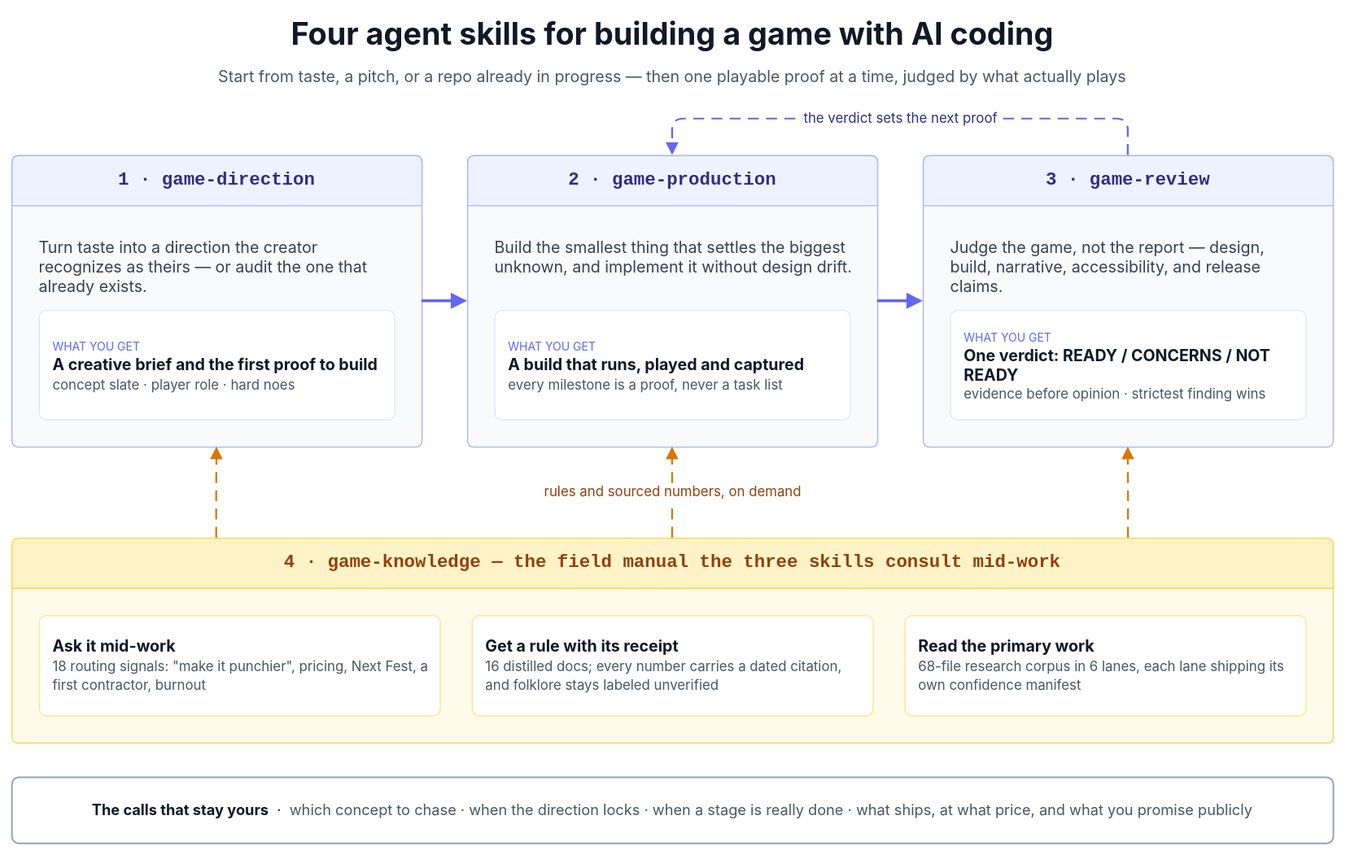
Before: docs/assets/readme-skill-map.drawio.svg, a diagram exported from draw.io (gigio1023/game-studio). Source tidied: cells renumbered, new cells last; positions are measured from the earlier drawing's top-left corner, leaving out a move shared by most shapes.
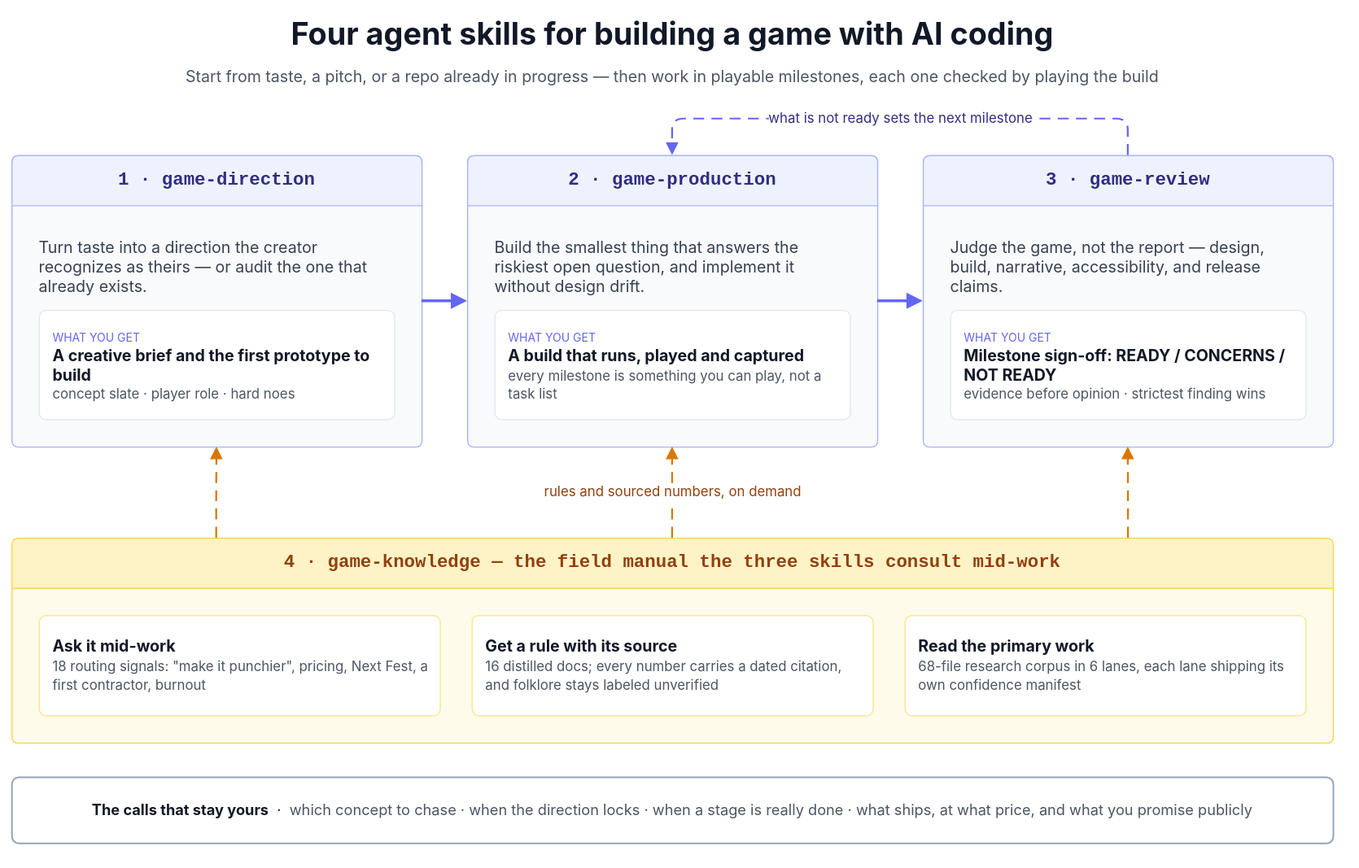
The same file after the commit.

Commit message:
Use the trade's words in the hero diagram

Change to the diagram source:
```diff
@@ -5,7 +5,7 @@
     <mxCell id="2" value="Four agent skills for building a game with AI coding" style="text;fontFamily=Inter,SF Pro Display,-apple-system,system-ui,Segoe UI,Roboto;strokeColor=none;fillColor=none;align=center;verticalAlign=middle;whiteSpace=wrap;fontSize=27;fontStyle=1;fontColor=#111827;spacing=0;html=1;" parent="1" vertex="1">
       <mxGeometry width="1160" height="40" as="geometry" />
     </mxCell>
-    <mxCell id="3" value="Start from taste, a pitch, or a repo already in progress — then one playable proof at a time, judged by what actually plays" style="text;fontFamily=Inter,SF Pro Display,-apple-system,system-ui,Segoe UI,Roboto;strokeColor=none;fillColor=none;align=center;verticalAlign=middle;whiteSpace=wrap;fontSize=14;fontColor=#4B5563;spacing=0;html=1;" parent="1" vertex="1">
+    <mxCell id="3" value="Start from taste, a pitch, or a repo already in progress — then work in playable milestones, each one checked by playing the build" style="text;fontFamily=Inter,SF Pro Display,-apple-system,system-ui,Segoe UI,Roboto;strokeColor=none;fillColor=none;align=center;verticalAlign=middle;whiteSpace=wrap;fontSize=14;fontColor=#4B5563;spacing=0;html=1;" parent="1" vertex="1">
       <mxGeometry x="40" y="46" width="1080" height="22" as="geometry" />
     </mxCell>
     <mxCell id="4" value="1 · game-direction" style="swimlane;startSize=44;rounded=1;absoluteArcSize=1;arcSize=12;whiteSpace=wrap;fontFamily=SF Mono,Menlo,Consolas,monospace;fontSize=16;fontStyle=1;fontColor=#312E81;fillColor=#EEF2FF;swimlaneFillColor=#F8FAFC;strokeColor=#A5B4FC;spacing=10;html=1;" parent="1" vertex="1">
@@ -14,16 +14,16 @@
     <mxCell id="5" value="Turn taste into a direction the creator recognizes as theirs — or audit the one that already exists." style="text;whiteSpace=wrap;fontFamily=Inter,SF Pro Display,-apple-system,system-ui,Segoe UI,Roboto;fontSize=14;fontColor=#374151;strokeColor=none;fillColor=none;align=left;verticalAlign=top;spacing=0;html=1;" parent="4" vertex="1">
       <mxGeometry x="24" y="68" width="312" height="56" as="geometry" />
     </mxCell>
-    <mxCell id="6" value="&lt;font style=&quot;font-size:10px;color:#6366F1;&quot;&gt;WHAT YOU GET&lt;/font&gt;&lt;br&gt;&lt;b&gt;A creative brief and the first proof to build&lt;/b&gt;&lt;br&gt;&lt;font style=&quot;font-size:12px;color:#4B5563;&quot;&gt;concept slate · player role · hard noes&lt;/font&gt;" style="rounded=1;absoluteArcSize=1;arcSize=12;whiteSpace=wrap;fontFamily=Inter,SF Pro Display,-apple-system,system-ui,Segoe UI,Roboto;spacing=12;fillColor=#FFFFFF;strokeColor=#E2E8F0;fontColor=#111827;fontSize=14;align=left;verticalAlign=middle;html=1;" parent="4" vertex="1">
+    <mxCell id="6" value="&lt;font style=&quot;font-size:10px;color:#6366F1;&quot;&gt;WHAT YOU GET&lt;/font&gt;&lt;br&gt;&lt;b&gt;A creative brief and the first prototype to build&lt;/b&gt;&lt;br&gt;&lt;font style=&quot;font-size:12px;color:#4B5563;&quot;&gt;concept slate · player role · hard noes&lt;/font&gt;" style="rounded=1;absoluteArcSize=1;arcSize=12;whiteSpace=wrap;fontFamily=Inter,SF Pro Display,-apple-system,system-ui,Segoe UI,Roboto;spacing=12;fillColor=#FFFFFF;strokeColor=#E2E8F0;fontColor=#111827;fontSize=14;align=left;verticalAlign=middle;html=1;" parent="4" vertex="1">
       <mxGeometry x="24" y="136" width="312" height="96" as="geometry" />
     </mxCell>
     <mxCell id="7" value="2 · game-production" style="swimlane;startSize=44;rounded=1;absoluteArcSize=1;arcSize=12;whiteSpace=wrap;fontFamily=SF Mono,Menlo,Consolas,monospace;fontSize=16;fontStyle=1;fontColor=#312E81;fillColor=#EEF2FF;swimlaneFillColor=#F8FAFC;strokeColor=#A5B4FC;spacing=10;html=1;" parent="1" vertex="1">
       <mxGeometry x="400" y="126" width="360" height="256" as="geometry" />
     </mxCell>
-    <mxCell id="8" value="Build the smallest thing that settles the biggest unknown, and implement it without design drift." style="text;whiteSpace=wrap;fontFamily=Inter,SF Pro Display,-apple-system,system-ui,Segoe UI,Roboto;fontSize=14;fontColor=#374151;strokeColor=none;fillColor=none;align=left;verticalAlign=top;spacing=0;html=1;" parent="7" vertex="1">
+    <mxCell id="8" value="Build the smallest thing that answers the riskiest open question, and implement it without design drift." style="text;whiteSpace=wrap;fontFamily=Inter,SF Pro Display,-apple-system,system-ui,Segoe UI,Roboto;fontSize=14;fontColor=#374151;strokeColor=none;fillColor=none;align=left;verticalAlign=top;spacing=0;html=1;" parent="7" vertex="1">
       <mxGeometry x="24" y="68" width="312" height="56" as="geometry" />
     </mxCell>
-    <mxCell id="9" value="&lt;font style=&quot;font-size:10px;color:#6366F1;&quot;&gt;WHAT YOU GET&lt;/font&gt;&lt;br&gt;&lt;b&gt;A build that runs, played and captured&lt;/b&gt;&lt;br&gt;&lt;font style=&quot;font-size:12px;color:#4B5563;&quot;&gt;every milestone is a proof, never a task list&lt;/font&gt;" style="rounded=1;absoluteArcSize=1;arcSize=12;whiteSpace=wrap;fontFamily=Inter,SF Pro Display,-apple-system,system-ui,Segoe UI,Roboto;spacing=12;fillColor=#FFFFFF;strokeColor=#E2E8F0;fontColor=#111827;fontSize=14;align=left;verticalAlign=middle;html=1;" parent="7" vertex="1">
+    <mxCell id="9" value="&lt;font style=&quot;font-size:10px;color:#6366F1;&quot;&gt;WHAT YOU GET&lt;/font&gt;&lt;br&gt;&lt;b&gt;A build that runs, played and captured&lt;/b&gt;&lt;br&gt;&lt;font style=&quot;font-size:12px;color:#4B5563;&quot;&gt;every milestone is something you can play, not a task list&lt;/font&gt;" style="rounded=1;absoluteArcSize=1;arcSize=12;whiteSpace=wrap;fontFamily=Inter,SF Pro Display,-apple-system,system-ui,Segoe UI,Roboto;spacing=12;fillColor=#FFFFFF;strokeColor=#E2E8F0;fontColor=#111827;fontSize=14;align=left;verticalAlign=middle;html=1;" parent="7" vertex="1">
       <mxGeometry x="24" y="136" width="312" height="96" as="geometry" />
     </mxCell>
     <mxCell id="10" value="3 · game-review" style="swimlane;startSize=44;rounded=1;absoluteArcSize=1;arcSize=12;whiteSpace=wrap;fontFamily=SF Mono,Menlo,Consolas,monospace;fontSize=16;fontStyle=1;fontColor=#312E81;fillColor=#EEF2FF;swimlaneFillColor=#F8FAFC;strokeColor=#A5B4FC;spacing=10;html=1;" parent="1" vertex="1">
@@ -32,7 +32,7 @@
     <mxCell id="11" value="Judge the game, not the report — design, build, narrative, accessibility, and release claims." style="text;whiteSpace=wrap;fontFamily=Inter,SF Pro Display,-apple-system,system-ui,Segoe UI,Roboto;fontSize=14;fontColor=#374151;strokeColor=none;fillColor=none;align=left;verticalAlign=top;spacing=0;html=1;" parent="10" vertex="1">
       <mxGeometry x="24" y="68" width="312" height="56" as="geometry" />
     </mxCell>
-    <mxCell id="12" value="&lt;font style=&quot;font-size:10px;color:#6366F1;&quot;&gt;WHAT YOU GET&lt;/font&gt;&lt;br&gt;&lt;b&gt;One verdict: READY / CONCERNS / NOT READY&lt;/b&gt;&lt;br&gt;&lt;font style=&quot;font-size:12px;color:#4B5563;&quot;&gt;evidence before opinion · strictest finding wins&lt;/font&gt;" style="rounded=1;absoluteArcSize=1;arcSize=12;whiteSpace=wrap;fontFamily=Inter,SF Pro Display,-apple-system,system-ui,Segoe UI,Roboto;spacing=12;fillColor=#FFFFFF;strokeColor=#E2E8F0;fontColor=#111827;fontSize=14;align=left;verticalAlign=middle;html=1;" parent="10" vertex="1">
+    <mxCell id="12" value="&lt;font style=&quot;font-size:10px;color:#6366F1;&quot;&gt;WHAT YOU GET&lt;/font&gt;&lt;br&gt;&lt;b&gt;Milestone sign-off: READY / CONCERNS / NOT READY&lt;/b&gt;&lt;br&gt;&lt;font style=&quot;font-size:12px;color:#4B5563;&quot;&gt;evidence before opinion · strictest finding wins&lt;/font&gt;" style="rounded=1;absoluteArcSize=1;arcSize=12;whiteSpace=wrap;fontFamily=Inter,SF Pro Display,-apple-system,system-ui,Segoe UI,Roboto;spacing=12;fillColor=#FFFFFF;strokeColor=#E2E8F0;fontColor=#111827;fontSize=14;align=left;verticalAlign=middle;html=1;" parent="10" vertex="1">
       <mxGeometry x="24" y="136" width="312" height="96" as="geometry" />
     </mxCell>
     <mxCell id="13" value="4 · game-knowledge — the field manual the three skills consult mid-work" style="swimlane;startSize=44;rounded=1;absoluteArcSize=1;arcSize=12;whiteSpace=wrap;fontFamily=SF Mono,Menlo,Consolas,monospace;fontSize=16;fontStyle=1;fontColor=#92400E;fillColor=#FEF3C7;swimlaneFillColor=#FFFBEB;strokeColor=#FCD34D;spacing=10;html=1;" parent="1" vertex="1">
@@ -41,7 +41,7 @@
     <mxCell id="14" value="&lt;b&gt;Ask it mid-work&lt;/b&gt;&lt;br&gt;&lt;font style=&quot;font-size:12px;color:#4B5563;&quot;&gt;18 routing signals: &quot;make it punchier&quot;, pricing, Next Fest, a first contractor, burnout&lt;/font&gt;" style="rounded=1;absoluteArcSize=1;arcSize=12;whiteSpace=wrap;fontFamily=Inter,SF Pro Display,-apple-system,system-ui,Segoe UI,Roboto;spacing=12;fillColor=#FFFFFF;strokeColor=#FDE68A;fontColor=#111827;fontSize=14;align=left;verticalAlign=middle;html=1;" parent="13" vertex="1">
       <mxGeometry x="24" y="68" width="352" height="88" as="geometry" />
     </mxCell>
-    <mxCell id="15" value="&lt;b&gt;Get a rule with its receipt&lt;/b&gt;&lt;br&gt;&lt;font style=&quot;font-size:12px;color:#4B5563;&quot;&gt;16 distilled docs; every number carries a dated citation, and folklore stays labeled unverified&lt;/font&gt;" style="rounded=1;absoluteArcSize=1;arcSize=12;whiteSpace=wrap;fontFamily=Inter,SF Pro Display,-apple-system,system-ui,Segoe UI,Roboto;spacing=12;fillColor=#FFFFFF;strokeColor=#FDE68A;fontColor=#111827;fontSize=14;align=left;verticalAlign=middle;html=1;" parent="13" vertex="1">
+    <mxCell id="15" value="&lt;b&gt;Get a rule with its source&lt;/b&gt;&lt;br&gt;&lt;font style=&quot;font-size:12px;color:#4B5563;&quot;&gt;16 distilled docs; every number carries a dated citation, and folklore stays labeled unverified&lt;/font&gt;" style="rounded=1;absoluteArcSize=1;arcSize=12;whiteSpace=wrap;fontFamily=Inter,SF Pro Display,-apple-system,system-ui,Segoe UI,Roboto;spacing=12;fillColor=#FFFFFF;strokeColor=#FDE68A;fontColor=#111827;fontSize=14;align=left;verticalAlign=middle;html=1;" parent="13" vertex="1">
       <mxGeometry x="404" y="68" width="352" height="88" as="geometry" />
     </mxCell>
     <mxCell id="16" value="&lt;b&gt;Read the primary work&lt;/b&gt;&lt;br&gt;&lt;font style=&quot;font-size:12px;color:#4B5563;&quot;&gt;68-file research corpus in 6 lanes, each lane shipping its own confidence manifest&lt;/font&gt;" style="rounded=1;absoluteArcSize=1;arcSize=12;whiteSpace=wrap;fontFamily=Inter,SF Pro Display,-apple-system,system-ui,Segoe UI,Roboto;spacing=12;fillColor=#FFFFFF;strokeColor=#FDE68A;fontColor=#111827;fontSize=14;align=left;verticalAlign=middle;html=1;" parent="13" vertex="1">
@@ -56,7 +56,7 @@
     <mxCell id="19" style="edgeStyle=orthogonalEdgeStyle;rounded=1;jettySize=auto;exitX=1;exitY=0.5;exitDx=0;exitDy=0;entryX=0;entryY=0.5;entryDx=0;entryDy=0;strokeColor=#6366F1;strokeWidth=2.4;endArrow=block;endFill=1;endSize=8;html=1;" parent="1" edge="1" source="7" target="10">
       <mxGeometry relative="1" as="geometry" />
     </mxCell>
-    <mxCell id="20" value="the verdict sets the next proof" style="edgeStyle=orthogonalEdgeStyle;rounded=1;jettySize=auto;exitX=0.5;exitY=0;exitDx=0;exitDy=0;entryX=0.5;entryY=0;entryDx=0;entryDy=0;strokeColor=#6366F1;strokeWidth=1.6;dashed=1;dashPattern=6 4;endArrow=block;endFill=1;endSize=7;fontFamily=Inter,SF Pro Display,-apple-system,system-ui,Segoe UI,Roboto;fontSize=12;fontColor=#312E81;labelBackgroundColor=#FFFFFF;html=1;" parent="1" edge="1" source="10" target="7">
+    <mxCell id="20" value="what is not ready sets the next milestone" style="edgeStyle=orthogonalEdgeStyle;rounded=1;jettySize=auto;exitX=0.5;exitY=0;exitDx=0;exitDy=0;entryX=0.5;entryY=0;entryDx=0;entryDy=0;strokeColor=#6366F1;strokeWidth=1.6;dashed=1;dashPattern=6 4;endArrow=block;endFill=1;endSize=7;fontFamily=Inter,SF Pro Display,-apple-system,system-ui,Segoe UI,Roboto;fontSize=12;fontColor=#312E81;labelBackgroundColor=#FFFFFF;html=1;" parent="1" edge="1" source="10" target="7">
       <mxGeometry relative="1" as="geometry">
         <Array as="points">
           <mxPoint x="980" y="94" />
```
